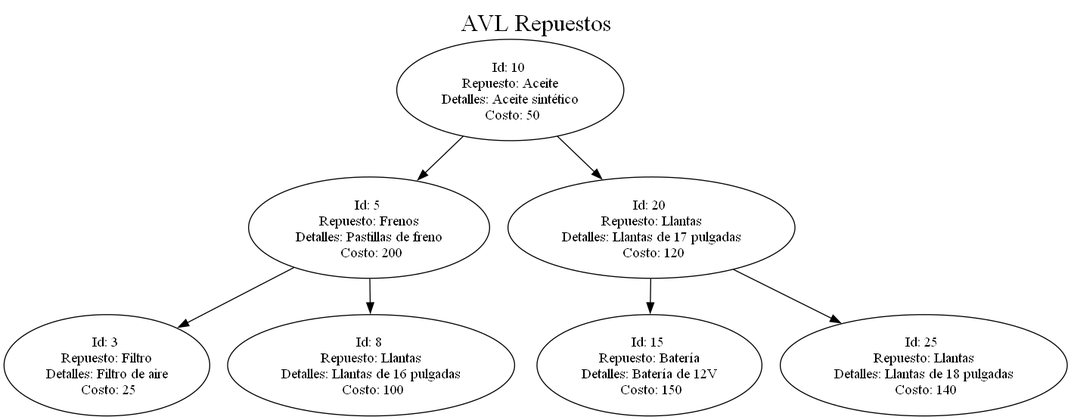
Before: Fase2/Reportes/repuestos.png, a diagram exported from Graphviz (Saloj17/-EDD-1S2025_201900081). Its source is kept beside it as Fase2/Reportes/repuestos.dot. The source it was exported from:
```dot
digraph G {
label = "AVL Repuestos";

labelloc = "t";
fontsize = 24;
 10 [label="Id: 10 \n Repuesto: Aceite \n Detalles: Aceite sintético \n Costo: 50"];
  10 -> 5;
 5 [label="Id: 5 \n Repuesto: Frenos \n Detalles: Pastillas de freno \n Costo: 200"];
  5 -> 3;
 3 [label="Id: 3 \n Repuesto: Filtro \n Detalles: Filtro de aire \n Costo: 25"];
  5 -> 8;
 8 [label="Id: 8 \n Repuesto: Llantas \n Detalles: Llantas de 16 pulgadas \n Costo: 100"];
  10 -> 20;
 20 [label="Id: 20 \n Repuesto: Llantas \n Detalles: Llantas de 17 pulgadas \n Costo: 120"];
  20 -> 15;
 15 [label="Id: 15 \n Repuesto: Batería \n Detalles: Batería de 12V \n Costo: 150"];
  20 -> 25;
 25 [label="Id: 25 \n Repuesto: Llantas \n Detalles: Llantas de 18 pulgadas \n Costo: 140"];
}
```
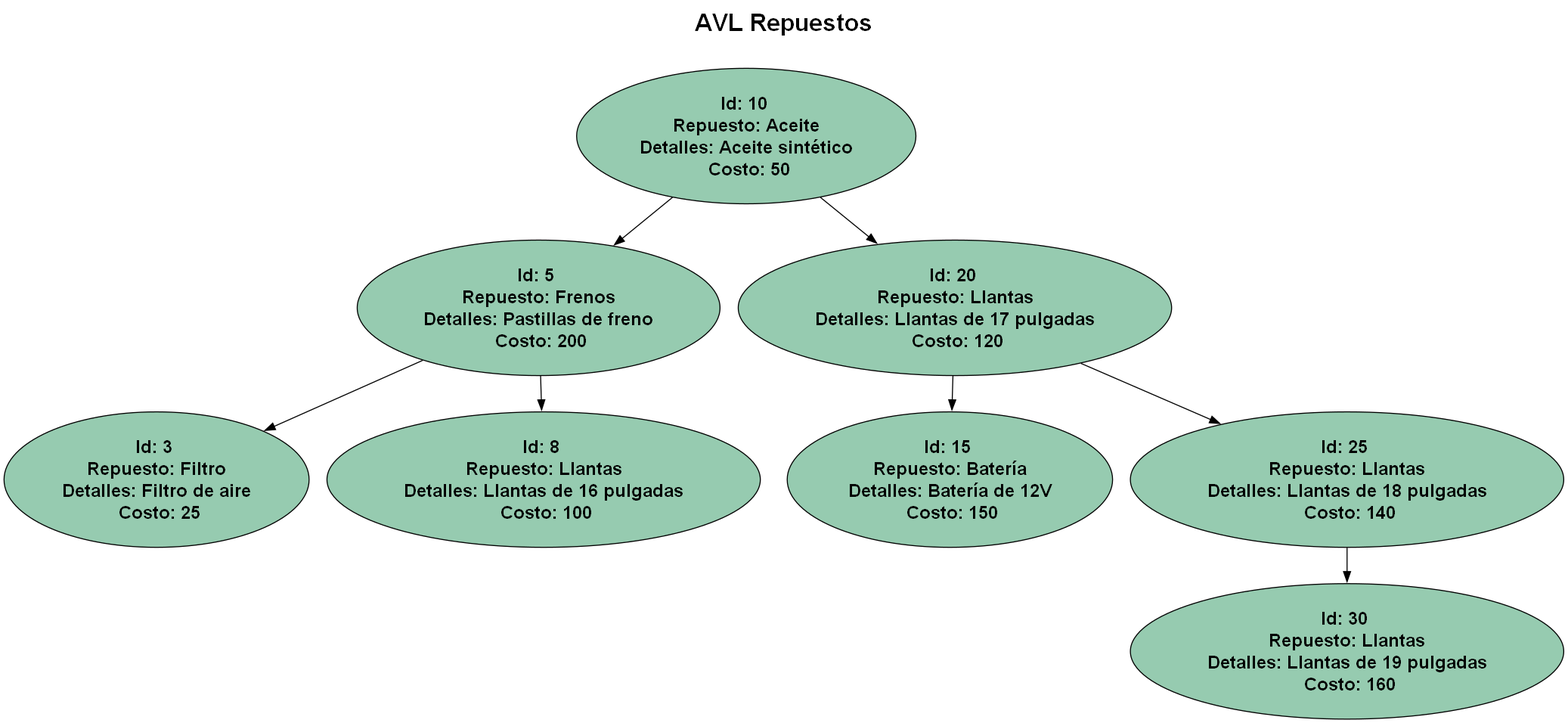
Above is the later version.

The edit, as a diff of the source:
```diff
@@ -1,19 +1,24 @@
 digraph G {
-label = "AVL Repuestos";
+label = "AVL Repuestos
+
+";
 
 labelloc = "t";
 fontsize = 24;
- 10 [label="Id: 10 \n Repuesto: Aceite \n Detalles: Aceite sintético \n Costo: 50"];
+fontname = "Helvetica-Bold";
+ 10 [label="Id: 10 \n Repuesto: Aceite \n Detalles: Aceite sintético \n Costo: 50"        style="filled" fillcolor="#96cbb0" fontname="Helvetica-Bold" fontsize = 18];
   10 -> 5;
- 5 [label="Id: 5 \n Repuesto: Frenos \n Detalles: Pastillas de freno \n Costo: 200"];
+ 5 [label="Id: 5 \n Repuesto: Frenos \n Detalles: Pastillas de freno \n Costo: 200"        style="filled" fillcolor="#96cbb0" fontname="Helvetica-Bold" fontsize = 18];
   5 -> 3;
- 3 [label="Id: 3 \n Repuesto: Filtro \n Detalles: Filtro de aire \n Costo: 25"];
+ 3 [label="Id: 3 \n Repuesto: Filtro \n Detalles: Filtro de aire \n Costo: 25"        style="filled" fillcolor="#96cbb0" fontname="Helvetica-Bold" fontsize = 18];
   5 -> 8;
- 8 [label="Id: 8 \n Repuesto: Llantas \n Detalles: Llantas de 16 pulgadas \n Costo: 100"];
+ 8 [label="Id: 8 \n Repuesto: Llantas \n Detalles: Llantas de 16 pulgadas \n Costo: 100"        style="filled" fillcolor="#96cbb0" fontname="Helvetica-Bold" fontsize = 18];
   10 -> 20;
- 20 [label="Id: 20 \n Repuesto: Llantas \n Detalles: Llantas de 17 pulgadas \n Costo: 120"];
+ 20 [label="Id: 20 \n Repuesto: Llantas \n Detalles: Llantas de 17 pulgadas \n Costo: 120"        style="filled" fillcolor="#96cbb0" fontname="Helvetica-Bold" fontsize = 18];
   20 -> 15;
- 15 [label="Id: 15 \n Repuesto: Batería \n Detalles: Batería de 12V \n Costo: 150"];
+ 15 [label="Id: 15 \n Repuesto: Batería \n Detalles: Batería de 12V \n Costo: 150"        style="filled" fillcolor="#96cbb0" fontname="Helvetica-Bold" fontsize = 18];
   20 -> 25;
- 25 [label="Id: 25 \n Repuesto: Llantas \n Detalles: Llantas de 18 pulgadas \n Costo: 140"];
+ 25 [label="Id: 25 \n Repuesto: Llantas \n Detalles: Llantas de 18 pulgadas \n Costo: 140"        style="filled" fillcolor="#96cbb0" fontname="Helvetica-Bold" fontsize = 18];
+  25 -> 30;
+ 30 [label="Id: 30 \n Repuesto: Llantas \n Detalles: Llantas de 19 pulgadas \n Costo: 160"        style="filled" fillcolor="#96cbb0" fontname="Helvetica-Bold" fontsize = 18];
 }
```
